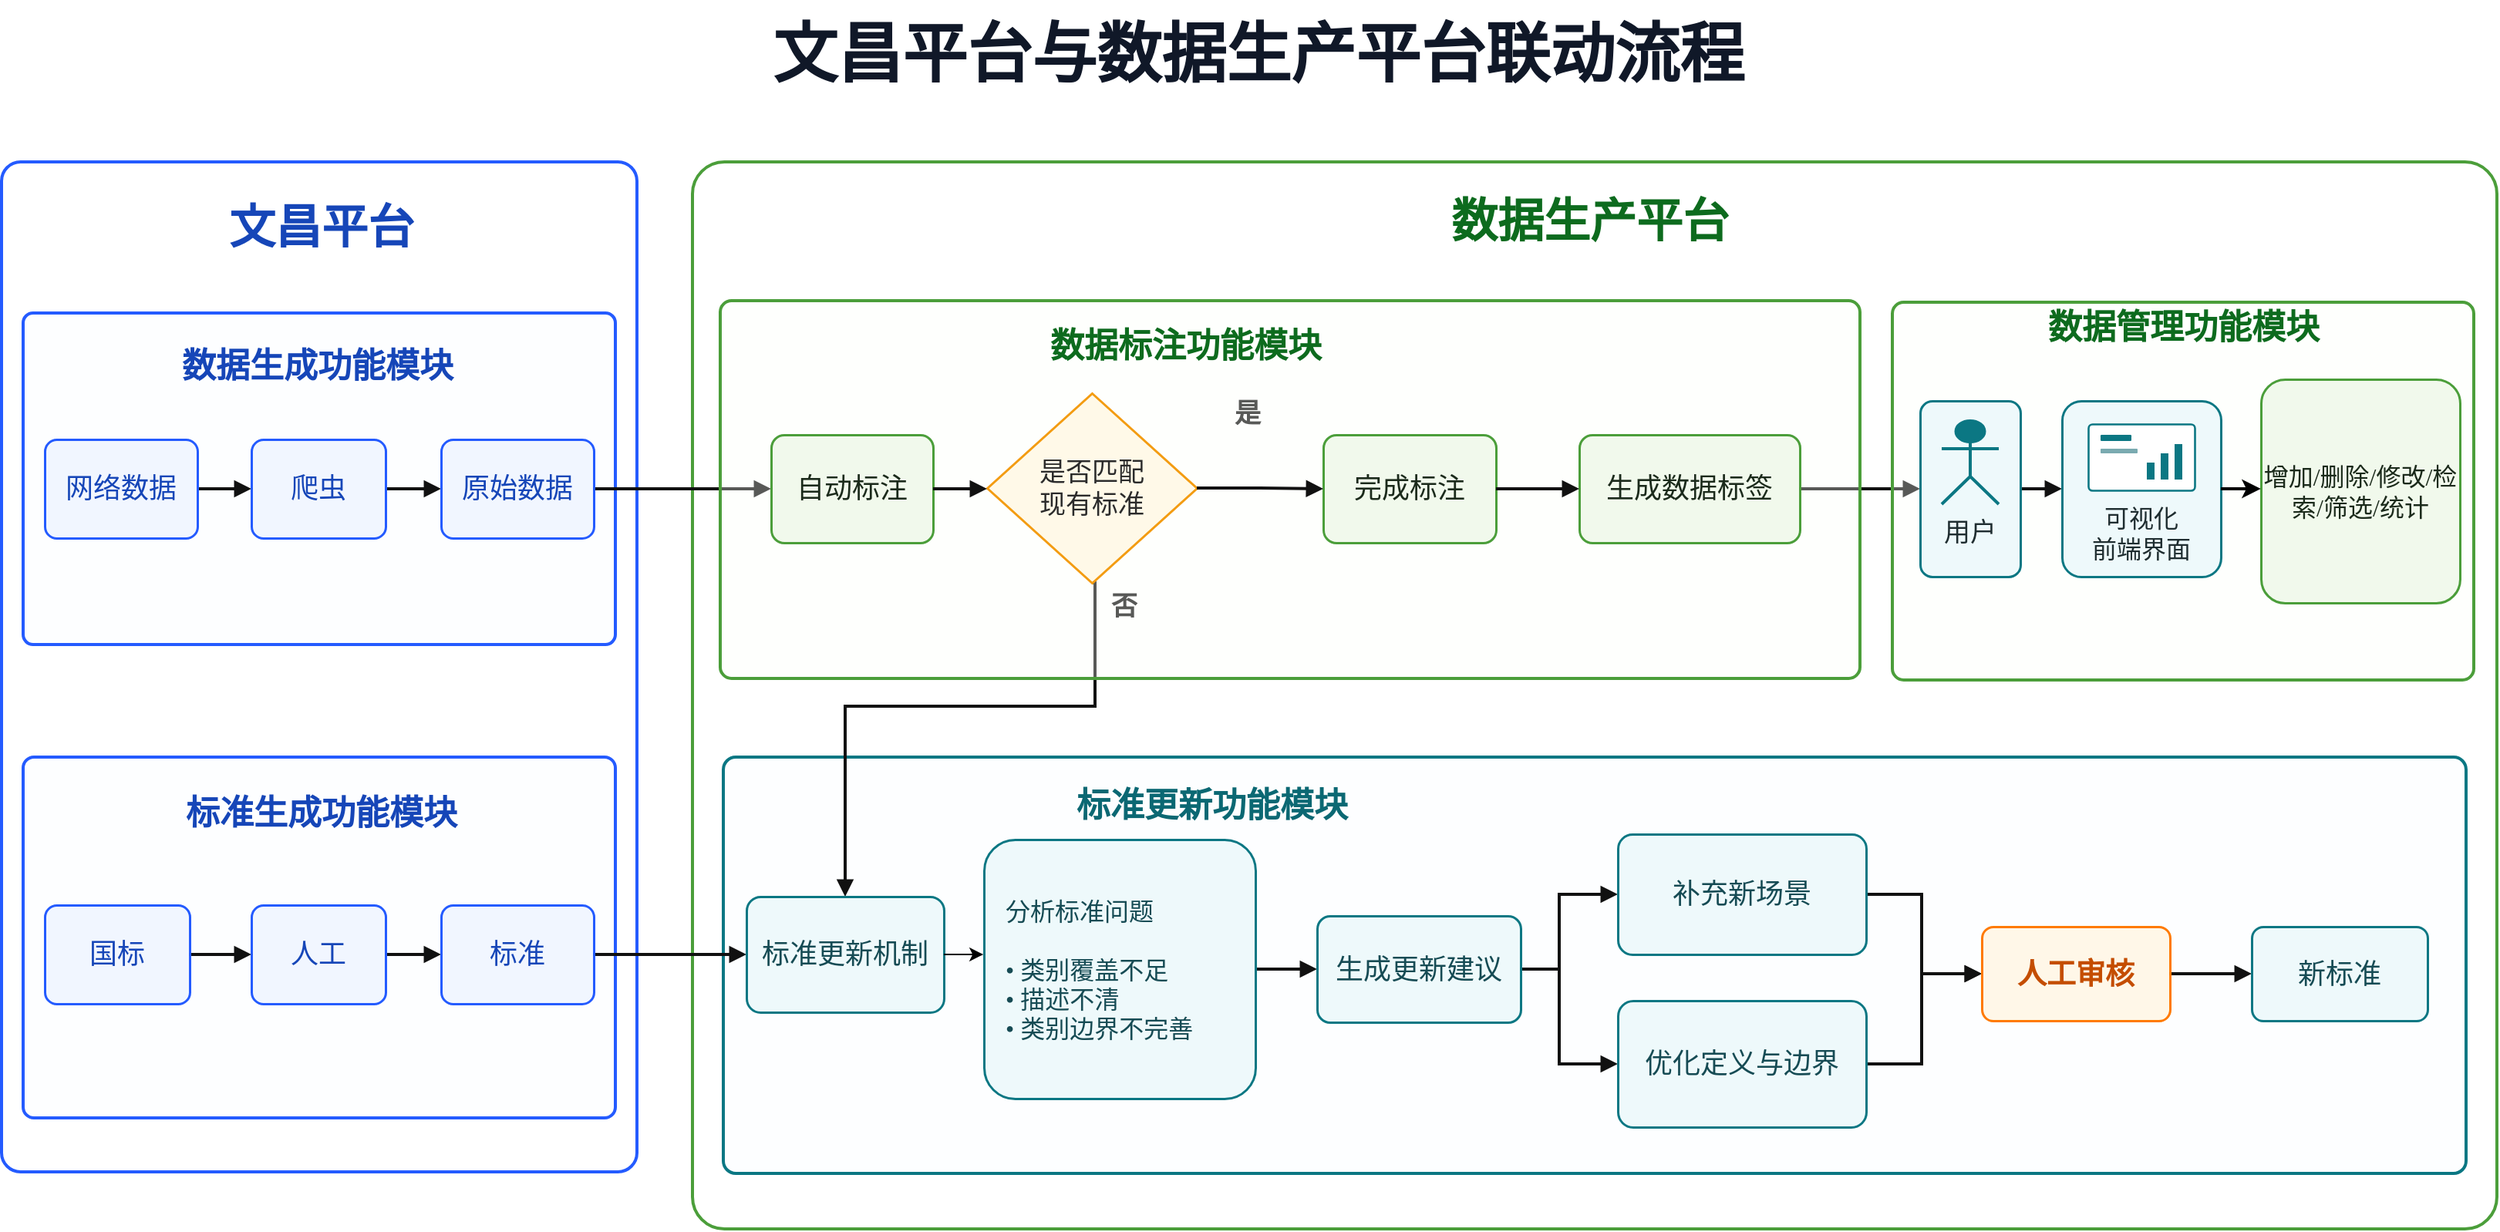
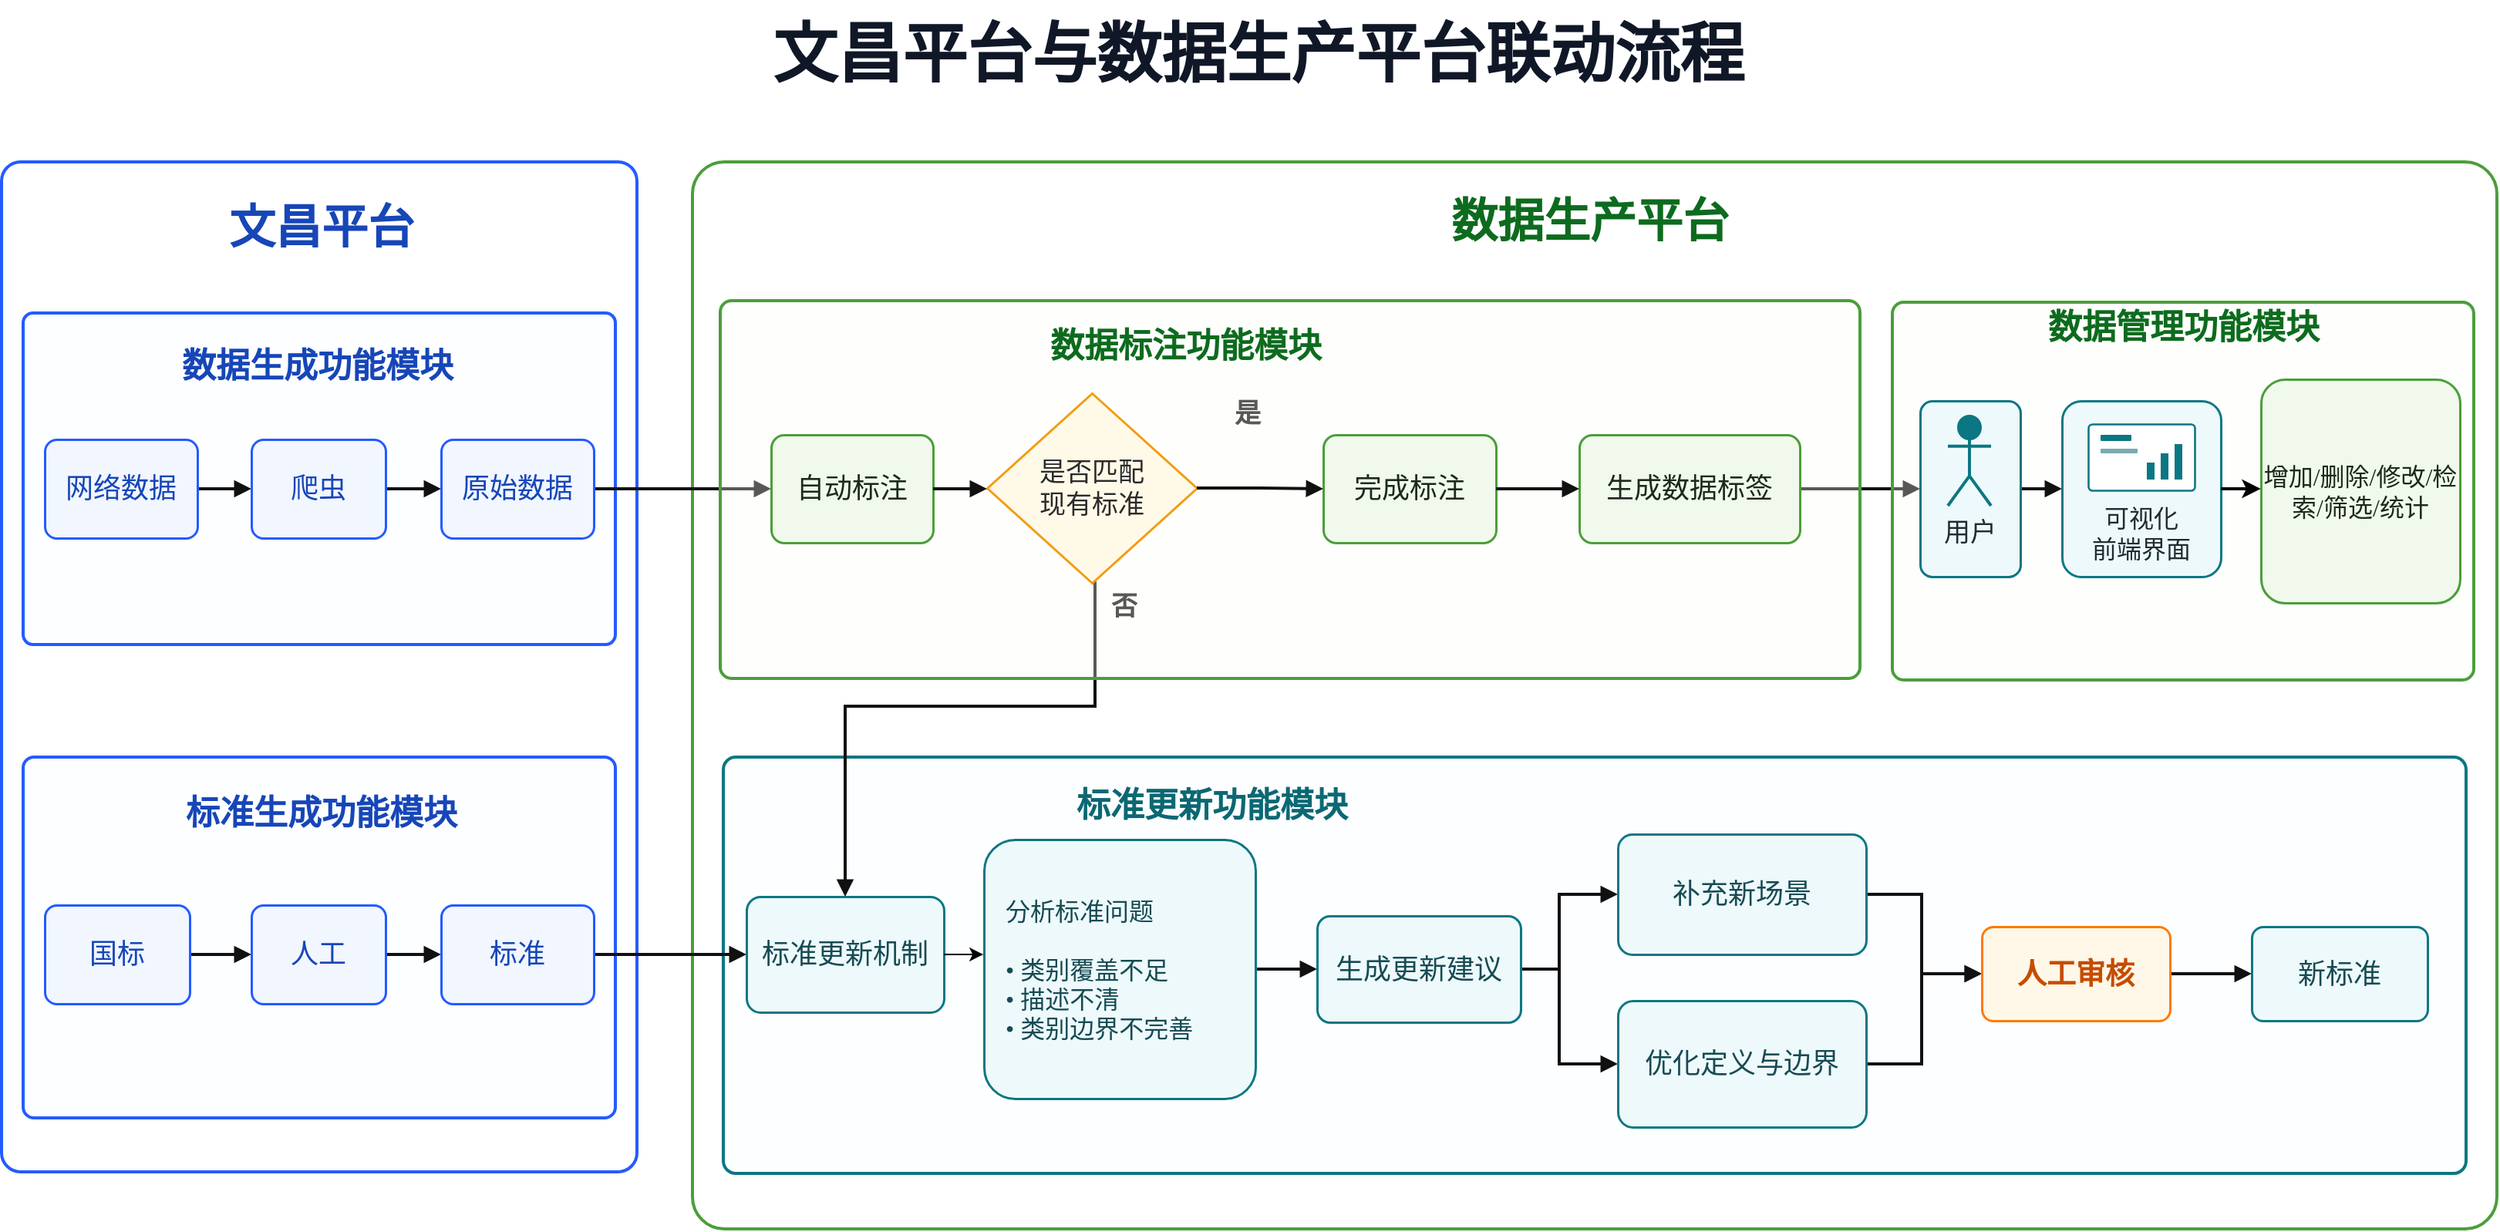
<mxfile host="app.diagrams.net">
  <diagram name="第 1 页" id="4yErZtKO05P3tX7bJs6z">
-     <mxGraphModel dx="1076" dy="643" grid="1" gridSize="1" guides="1" tooltips="1" connect="1" arrows="1" fold="1" page="1" pageScale="1" pageWidth="1656" pageHeight="928" background="#FFFFFF" math="0" shadow="0">
+     <mxGraphModel dx="524" dy="313" grid="1" gridSize="1" guides="1" tooltips="1" connect="1" arrows="1" fold="1" page="1" pageScale="1" pageWidth="1656" pageHeight="928" background="#FFFFFF" math="0" shadow="0">
      <root>
        <mxCell id="0" />
        <mxCell id="1" parent="0" />
        <mxCell id="title" parent="1" style="text;html=1;align=center;verticalAlign=middle;whiteSpace=wrap;rounded=0;strokeColor=none;fillColor=none;fontFamily=Microsoft YaHei;fontSize=42;fontStyle=1;fontColor=#101828;" value="文昌平台与数据生产平台联动流程" vertex="1">
          <mxGeometry height="72" width="960" x="350" y="12" as="geometry" />
        </mxCell>
        <mxCell id="left_outer" parent="1" style="rounded=1;arcSize=3;whiteSpace=wrap;html=1;fillColor=none;strokeWidth=2;strokeColor=#245BFF;fillColor=#FFFFFF;fillOpacity=0;" value="" vertex="1">
          <mxGeometry height="655" width="412" x="15" y="117" as="geometry" />
        </mxCell>
        <mxCell id="left_title" parent="1" style="text;html=1;align=center;verticalAlign=middle;whiteSpace=wrap;rounded=0;strokeColor=none;fillColor=none;fontFamily=Microsoft YaHei;fontSize=30;fontStyle=1;fontColor=#1646B8;" value="文昌平台" vertex="1">
          <mxGeometry height="48" width="235" x="105" y="135" as="geometry" />
        </mxCell>
        <mxCell id="right_outer" parent="1" style="rounded=1;arcSize=3;whiteSpace=wrap;html=1;fillColor=none;strokeWidth=2;strokeColor=#4B9E3A;fillColor=#FFFFFF;fillOpacity=0;" value="" vertex="1">
          <mxGeometry height="692" width="1170" x="463" y="117" as="geometry" />
        </mxCell>
        <mxCell id="right_title" parent="1" style="text;html=1;align=center;verticalAlign=middle;whiteSpace=wrap;rounded=0;strokeColor=none;fillColor=none;fontFamily=Microsoft YaHei;fontSize=30;fontStyle=1;fontColor=#0D6B1E;" value="数据生产平台" vertex="1">
          <mxGeometry height="50" width="540" x="775" y="130" as="geometry" />
        </mxCell>
        <mxCell id="data_gen_box" parent="1" style="rounded=1;arcSize=3;whiteSpace=wrap;html=1;fillColor=none;strokeWidth=2;strokeColor=#245BFF;fillColor=#F7FAFF;fillOpacity=30;" value="" vertex="1">
          <mxGeometry height="215" width="384" x="29" y="215" as="geometry" />
        </mxCell>
        <mxCell id="data_gen_title" parent="1" style="text;html=1;align=center;verticalAlign=middle;whiteSpace=wrap;rounded=0;strokeColor=none;fillColor=none;fontFamily=Microsoft YaHei;fontSize=22;fontStyle=1;fontColor=#1646B8;" value="数据生成功能模块" vertex="1">
          <mxGeometry height="43" width="260" x="90" y="228" as="geometry" />
        </mxCell>
        <mxCell id="std_gen_box" parent="1" style="rounded=1;arcSize=3;whiteSpace=wrap;html=1;fillColor=none;strokeWidth=2;strokeColor=#245BFF;fillColor=#F7FAFF;fillOpacity=30;" value="" vertex="1">
          <mxGeometry height="234" width="384" x="29" y="503" as="geometry" />
        </mxCell>
        <mxCell id="std_gen_title" parent="1" style="text;html=1;align=center;verticalAlign=middle;whiteSpace=wrap;rounded=0;strokeColor=none;fillColor=none;fontFamily=Microsoft YaHei;fontSize=22;fontStyle=1;fontColor=#1646B8;" value="标准生成功能模块" vertex="1">
          <mxGeometry height="43" width="285" x="80" y="518" as="geometry" />
        </mxCell>
        <mxCell id="update_box" parent="1" style="rounded=1;arcSize=3;whiteSpace=wrap;html=1;fillColor=none;strokeWidth=2;strokeColor=#0B7783;fillColor=#F7FCFD;fillOpacity=30;" value="" vertex="1">
          <mxGeometry height="270" width="1130" x="483" y="503" as="geometry" />
        </mxCell>
        <mxCell id="update_title" parent="1" style="text;html=1;align=center;verticalAlign=middle;whiteSpace=wrap;rounded=0;strokeColor=none;fillColor=none;fontFamily=Microsoft YaHei;fontSize=22;fontStyle=1;fontColor=#0B6873;" value="标准更新功能模块" vertex="1">
          <mxGeometry height="42" width="380" x="610" y="514" as="geometry" />
        </mxCell>
        <mxCell id="e_network_crawler" edge="1" parent="1" source="network_data" style="edgeStyle=orthogonalEdgeStyle;rounded=0;orthogonalLoop=1;jettySize=auto;html=1;endArrow=block;endFill=1;strokeColor=#111111;strokeWidth=2;exitX=1;exitY=0.5;entryX=0;entryY=0.5;" target="crawler" value="">
          <mxGeometry relative="1" as="geometry" />
        </mxCell>
        <mxCell id="e_crawler_raw" edge="1" parent="1" source="crawler" style="edgeStyle=orthogonalEdgeStyle;rounded=0;orthogonalLoop=1;jettySize=auto;html=1;endArrow=block;endFill=1;strokeColor=#111111;strokeWidth=2;exitX=1;exitY=0.5;entryX=0;entryY=0.5;" target="raw_data" value="">
          <mxGeometry relative="1" as="geometry" />
        </mxCell>
        <mxCell id="e_national_manual" edge="1" parent="1" source="national_std" style="edgeStyle=orthogonalEdgeStyle;rounded=0;orthogonalLoop=1;jettySize=auto;html=1;endArrow=block;endFill=1;strokeColor=#111111;strokeWidth=2;exitX=1;exitY=0.5;entryX=0;entryY=0.5;" target="manual" value="">
          <mxGeometry relative="1" as="geometry" />
        </mxCell>
        <mxCell id="e_manual_rawstd" edge="1" parent="1" source="manual" style="edgeStyle=orthogonalEdgeStyle;rounded=0;orthogonalLoop=1;jettySize=auto;html=1;endArrow=block;endFill=1;strokeColor=#111111;strokeWidth=2;exitX=1;exitY=0.5;entryX=0;entryY=0.5;" target="raw_std" value="">
          <mxGeometry relative="1" as="geometry" />
        </mxCell>
        <mxCell id="e_raw_auto" edge="1" parent="1" source="raw_data" style="edgeStyle=orthogonalEdgeStyle;rounded=0;orthogonalLoop=1;jettySize=auto;html=1;endArrow=block;endFill=1;strokeColor=#111111;strokeWidth=2;exitX=1;exitY=0.5;entryX=0;entryY=0.5;" target="auto_label" value="">
          <mxGeometry relative="1" as="geometry" />
        </mxCell>
        <mxCell id="e_rawstd_mech" edge="1" parent="1" source="raw_std" style="edgeStyle=orthogonalEdgeStyle;rounded=0;orthogonalLoop=1;jettySize=auto;html=1;endArrow=block;endFill=1;strokeColor=#111111;strokeWidth=2;exitX=1;exitY=0.5;entryX=0;entryY=0.5;" target="update_mechanism" value="">
          <mxGeometry relative="1" as="geometry" />
        </mxCell>
        <mxCell id="e_generate_user" edge="1" parent="1" source="generate_tag" style="edgeStyle=orthogonalEdgeStyle;rounded=0;orthogonalLoop=1;jettySize=auto;html=1;endArrow=block;endFill=1;strokeColor=#111111;strokeWidth=2;exitX=1;exitY=0.5;entryX=0;entryY=0.5;" target="user_box" value="">
          <mxGeometry relative="1" as="geometry" />
        </mxCell>
        <mxCell id="e_decision_update" edge="1" parent="1" source="decision" style="edgeStyle=orthogonalEdgeStyle;rounded=0;orthogonalLoop=1;jettySize=auto;html=1;endArrow=block;endFill=1;strokeColor=#111111;strokeWidth=2;exitX=0.5;exitY=1;entryX=0.5;entryY=0;" target="update_mechanism" value="">
          <mxGeometry relative="1" as="geometry">
            <Array as="points">
              <mxPoint x="724" y="470" />
              <mxPoint x="562" y="470" />
            </Array>
          </mxGeometry>
        </mxCell>
        <mxCell id="e_analysis_suggest" edge="1" parent="1" source="analysis_problem" style="edgeStyle=orthogonalEdgeStyle;rounded=0;orthogonalLoop=1;jettySize=auto;html=1;endArrow=block;endFill=1;strokeColor=#111111;strokeWidth=2;exitX=1;exitY=0.5;entryX=0;entryY=0.5;" target="update_suggestion" value="">
          <mxGeometry relative="1" as="geometry" />
        </mxCell>
        <mxCell id="e_suggest_expand" edge="1" parent="1" source="update_suggestion" style="edgeStyle=orthogonalEdgeStyle;rounded=0;orthogonalLoop=1;jettySize=auto;html=1;endArrow=block;endFill=1;strokeColor=#111111;strokeWidth=2;exitX=1;exitY=0.5;entryX=0;entryY=0.5;" target="expand_category" value="">
          <mxGeometry relative="1" as="geometry">
            <Array as="points">
              <mxPoint x="1025" y="640" />
              <mxPoint x="1025" y="592" />
            </Array>
          </mxGeometry>
        </mxCell>
        <mxCell id="e_suggest_modify" edge="1" parent="1" source="update_suggestion" style="edgeStyle=orthogonalEdgeStyle;rounded=0;orthogonalLoop=1;jettySize=auto;html=1;endArrow=block;endFill=1;strokeColor=#111111;strokeWidth=2;exitX=1;exitY=0.5;entryX=0;entryY=0.5;" target="modify_desc" value="">
          <mxGeometry relative="1" as="geometry">
            <Array as="points">
              <mxPoint x="1025" y="640" />
              <mxPoint x="1025" y="702" />
            </Array>
          </mxGeometry>
        </mxCell>
        <mxCell id="e_expand_review" edge="1" parent="1" source="expand_category" style="edgeStyle=orthogonalEdgeStyle;rounded=0;orthogonalLoop=1;jettySize=auto;html=1;endArrow=block;endFill=1;strokeColor=#111111;strokeWidth=2;exitX=1;exitY=0.5;entryX=0;entryY=0.5;" target="manual_review" value="">
          <mxGeometry relative="1" as="geometry">
            <Array as="points">
              <mxPoint x="1260" y="592" />
              <mxPoint x="1260" y="644" />
            </Array>
          </mxGeometry>
        </mxCell>
        <mxCell id="e_modify_review" edge="1" parent="1" source="modify_desc" style="edgeStyle=orthogonalEdgeStyle;rounded=0;orthogonalLoop=1;jettySize=auto;html=1;endArrow=block;endFill=1;strokeColor=#111111;strokeWidth=2;exitX=1;exitY=0.5;entryX=0;entryY=0.5;" target="manual_review" value="">
          <mxGeometry relative="1" as="geometry">
            <Array as="points">
              <mxPoint x="1260" y="702" />
              <mxPoint x="1260" y="644" />
            </Array>
          </mxGeometry>
        </mxCell>
        <mxCell id="e_review_approved" edge="1" parent="1" source="manual_review" style="edgeStyle=orthogonalEdgeStyle;rounded=0;orthogonalLoop=1;jettySize=auto;html=1;endArrow=block;endFill=1;strokeColor=#111111;strokeWidth=2;exitX=1;exitY=0.5;entryX=0;entryY=0.5;" target="approved" value="">
          <mxGeometry relative="1" as="geometry" />
        </mxCell>
        <mxCell id="network_data" parent="1" style="rounded=1;arcSize=12;whiteSpace=wrap;html=1;align=center;verticalAlign=middle;strokeWidth=1.5;shadow=0;fontFamily=Microsoft YaHei;fontSize=18;fontColor=#1646B8;strokeColor=#245BFF;fillColor=#F1F6FF;" value="网络数据" vertex="1">
          <mxGeometry height="64" width="99" x="43" y="297" as="geometry" />
        </mxCell>
        <mxCell id="crawler" parent="1" style="rounded=1;arcSize=12;whiteSpace=wrap;html=1;align=center;verticalAlign=middle;strokeWidth=1.5;shadow=0;fontFamily=Microsoft YaHei;fontSize=18;fontColor=#1646B8;strokeColor=#245BFF;fillColor=#F1F6FF;" value="爬虫" vertex="1">
          <mxGeometry height="64" width="87" x="177" y="297" as="geometry" />
        </mxCell>
        <mxCell id="raw_data" parent="1" style="rounded=1;arcSize=12;whiteSpace=wrap;html=1;align=center;verticalAlign=middle;strokeWidth=1.5;shadow=0;fontFamily=Microsoft YaHei;fontSize=18;fontColor=#1646B8;strokeColor=#245BFF;fillColor=#F1F6FF;" value="原始数据" vertex="1">
          <mxGeometry height="64" width="99" x="300" y="297" as="geometry" />
        </mxCell>
        <mxCell id="national_std" parent="1" style="rounded=1;arcSize=12;whiteSpace=wrap;html=1;align=center;verticalAlign=middle;strokeWidth=1.5;shadow=0;fontFamily=Microsoft YaHei;fontSize=18;fontColor=#1646B8;strokeColor=#245BFF;fillColor=#F1F6FF;" value="国标" vertex="1">
          <mxGeometry height="64" width="94" x="43" y="599" as="geometry" />
        </mxCell>
        <mxCell id="manual" parent="1" style="rounded=1;arcSize=12;whiteSpace=wrap;html=1;align=center;verticalAlign=middle;strokeWidth=1.5;shadow=0;fontFamily=Microsoft YaHei;fontSize=18;fontColor=#1646B8;strokeColor=#245BFF;fillColor=#F1F6FF;" value="人工" vertex="1">
          <mxGeometry height="64" width="87" x="177" y="599" as="geometry" />
        </mxCell>
        <mxCell id="raw_std" parent="1" style="rounded=1;arcSize=12;whiteSpace=wrap;html=1;align=center;verticalAlign=middle;strokeWidth=1.5;shadow=0;fontFamily=Microsoft YaHei;fontSize=18;fontColor=#1646B8;strokeColor=#245BFF;fillColor=#F1F6FF;" value="标准" vertex="1">
          <mxGeometry height="64" width="99" x="300" y="599" as="geometry" />
        </mxCell>
        <mxCell id="update_mechanism" parent="1" style="rounded=1;arcSize=12;whiteSpace=wrap;html=1;align=center;verticalAlign=middle;strokeWidth=1.5;shadow=0;fontFamily=Microsoft YaHei;fontSize=18;fontColor=#164B54;strokeColor=#0B7783;fillColor=#EEF9FB;" value="标准更新机制" vertex="1">
          <mxGeometry height="75" width="128" x="498" y="593.5" as="geometry" />
        </mxCell>
        <mxCell id="analysis_problem" parent="1" style="rounded=1;arcSize=12;whiteSpace=wrap;html=1;align=center;verticalAlign=middle;strokeWidth=1.5;shadow=0;fontFamily=Microsoft YaHei;fontSize=16;fontColor=#164B54;strokeColor=#0B7783;fillColor=#EEF9FB;align=left;spacingLeft=12;" value="分析标准问题&lt;div&gt;&lt;br&gt;&lt;div&gt;• 类别覆盖不足&lt;/div&gt;&lt;div&gt;• 描述不清&lt;/div&gt;&lt;div&gt;• 类别边界不完善&lt;/div&gt;&lt;/div&gt;" vertex="1">
          <mxGeometry height="168" width="176" x="652" y="556.5" as="geometry" />
        </mxCell>
        <mxCell id="update_suggestion" parent="1" style="rounded=1;arcSize=12;whiteSpace=wrap;html=1;align=center;verticalAlign=middle;strokeWidth=1.5;shadow=0;fontFamily=Microsoft YaHei;fontSize=18;fontColor=#164B54;strokeColor=#0B7783;fillColor=#EEF9FB;" value="生成更新建议" vertex="1">
          <mxGeometry height="69" width="132" x="868" y="606" as="geometry" />
        </mxCell>
        <mxCell id="expand_category" parent="1" style="rounded=1;arcSize=12;whiteSpace=wrap;html=1;align=center;verticalAlign=middle;strokeWidth=1.5;shadow=0;fontFamily=Microsoft YaHei;fontSize=18;fontColor=#164B54;strokeColor=#0B7783;fillColor=#EEF9FB;" value="补充新场景" vertex="1">
          <mxGeometry height="78" width="161" x="1063" y="553" as="geometry" />
        </mxCell>
        <mxCell id="modify_desc" parent="1" style="rounded=1;arcSize=12;whiteSpace=wrap;html=1;align=center;verticalAlign=middle;strokeWidth=1.5;shadow=0;fontFamily=Microsoft YaHei;fontSize=18;fontColor=#164B54;strokeColor=#0B7783;fillColor=#EEF9FB;" value="优化定义与边界" vertex="1">
          <mxGeometry height="82" width="161" x="1063" y="661" as="geometry" />
        </mxCell>
        <mxCell id="manual_review" parent="1" style="rounded=1;arcSize=12;whiteSpace=wrap;html=1;align=center;verticalAlign=middle;strokeWidth=1.5;shadow=0;fontFamily=Microsoft YaHei;fontSize=19;fontStyle=1;fontColor=#C44D00;strokeColor=#FF7A00;fillColor=#FFF7E8;" value="人工审核" vertex="1">
          <mxGeometry height="61" width="122" x="1299" y="613" as="geometry" />
        </mxCell>
        <mxCell id="approved" parent="1" style="rounded=1;arcSize=12;whiteSpace=wrap;html=1;align=center;verticalAlign=middle;strokeWidth=1.5;shadow=0;fontFamily=Microsoft YaHei;fontSize=18;fontColor=#164B54;strokeColor=#0B7783;fillColor=#EEF9FB;" value="新标准" vertex="1">
          <mxGeometry height="61" width="114" x="1474" y="613" as="geometry" />
        </mxCell>
        <mxCell id="yes_label" parent="1" style="text;html=1;align=center;verticalAlign=middle;whiteSpace=wrap;rounded=0;strokeColor=none;fillColor=none;fontFamily=Microsoft YaHei;fontSize=17;fontStyle=1;fontColor=#111111;" value="是" vertex="1">
          <mxGeometry height="28" width="38" x="804" y="267" as="geometry" />
        </mxCell>
        <mxCell id="no_label" parent="1" style="text;html=1;align=center;verticalAlign=middle;whiteSpace=wrap;rounded=0;strokeColor=none;fillColor=none;fontFamily=Microsoft YaHei;fontSize=17;fontStyle=1;fontColor=#111111;" value="否" vertex="1">
          <mxGeometry height="28" width="40" x="723" y="392" as="geometry" />
        </mxCell>
        <mxCell id="_MsRrkVGIvv5ZV_jFw_0-2" edge="1" parent="1" source="update_mechanism" style="edgeStyle=orthogonalEdgeStyle;rounded=0;orthogonalLoop=1;jettySize=auto;html=1;exitX=1;exitY=0.5;exitDx=0;exitDy=0;entryX=-0.002;entryY=0.445;entryDx=0;entryDy=0;entryPerimeter=0;" target="analysis_problem">
          <mxGeometry relative="1" as="geometry" />
        </mxCell>
        <mxCell id="_MsRrkVGIvv5ZV_jFw_0-3" connectable="0" parent="1" style="group" value="" vertex="1">
          <mxGeometry height="245" width="739" x="481" y="207" as="geometry" />
        </mxCell>
        <mxCell id="label_box" parent="_MsRrkVGIvv5ZV_jFw_0-3" style="rounded=1;arcSize=3;whiteSpace=wrap;html=1;fillColor=none;strokeWidth=2;strokeColor=#4B9E3A;fillColor=#FBFFF9;fillOpacity=30;" value="" vertex="1">
          <mxGeometry height="245" width="739" as="geometry" />
        </mxCell>
        <mxCell id="label_title" parent="_MsRrkVGIvv5ZV_jFw_0-3" style="text;html=1;align=center;verticalAlign=middle;whiteSpace=wrap;rounded=0;strokeColor=none;fillColor=none;fontFamily=Microsoft YaHei;fontSize=22;fontStyle=1;fontColor=#0D6B1E;" value="数据标注功能模块" vertex="1">
          <mxGeometry height="40" width="340" x="132" y="10" as="geometry" />
        </mxCell>
        <mxCell id="auto_label" parent="_MsRrkVGIvv5ZV_jFw_0-3" style="rounded=1;arcSize=12;whiteSpace=wrap;html=1;align=center;verticalAlign=middle;strokeWidth=1.5;shadow=0;fontFamily=Microsoft YaHei;fontSize=18;fontColor=#1B2A1B;strokeColor=#4B9E3A;fillColor=#F1F9EC;" value="自动标注" vertex="1">
          <mxGeometry height="70" width="105" x="33" y="87" as="geometry" />
        </mxCell>
        <mxCell id="decision" parent="_MsRrkVGIvv5ZV_jFw_0-3" style="rhombus;whiteSpace=wrap;html=1;align=center;verticalAlign=middle;strokeWidth=1.5;fontFamily=Microsoft YaHei;fontSize=17;fontColor=#2B2B2B;strokeColor=#F39C12;fillColor=#FFF9E8;" value="是否匹配&lt;div&gt;现有标准&lt;/div&gt;" vertex="1">
          <mxGeometry height="123" width="136" x="173" y="60" as="geometry" />
        </mxCell>
        <mxCell id="complete_label" parent="_MsRrkVGIvv5ZV_jFw_0-3" style="rounded=1;arcSize=12;whiteSpace=wrap;html=1;align=center;verticalAlign=middle;strokeWidth=1.5;shadow=0;fontFamily=Microsoft YaHei;fontSize=18;fontColor=#1B2A1B;strokeColor=#4B9E3A;fillColor=#F1F9EC;" value="完成标注" vertex="1">
          <mxGeometry height="70" width="112" x="391" y="87" as="geometry" />
        </mxCell>
        <mxCell id="generate_tag" parent="_MsRrkVGIvv5ZV_jFw_0-3" style="rounded=1;arcSize=12;whiteSpace=wrap;html=1;align=center;verticalAlign=middle;strokeWidth=1.5;shadow=0;fontFamily=Microsoft YaHei;fontSize=18;fontColor=#1B2A1B;strokeColor=#4B9E3A;fillColor=#F1F9EC;" value="生成数据标签" vertex="1">
          <mxGeometry height="70" width="143" x="557" y="87" as="geometry" />
        </mxCell>
        <mxCell id="e_auto_decision" edge="1" parent="_MsRrkVGIvv5ZV_jFw_0-3" source="auto_label" style="edgeStyle=orthogonalEdgeStyle;rounded=0;orthogonalLoop=1;jettySize=auto;html=1;endArrow=block;endFill=1;strokeColor=#111111;strokeWidth=2;exitX=1;exitY=0.5;entryX=0;entryY=0.5;" target="decision" value="">
          <mxGeometry relative="1" as="geometry" />
        </mxCell>
        <mxCell id="e_decision_complete" edge="1" parent="_MsRrkVGIvv5ZV_jFw_0-3" source="decision" style="edgeStyle=orthogonalEdgeStyle;rounded=0;orthogonalLoop=1;jettySize=auto;html=1;endArrow=block;endFill=1;strokeColor=#111111;strokeWidth=2;exitX=1;exitY=0.5;entryX=0;entryY=0.5;" target="complete_label" value="">
          <mxGeometry relative="1" as="geometry" />
        </mxCell>
        <mxCell id="e_complete_generate" edge="1" parent="_MsRrkVGIvv5ZV_jFw_0-3" source="complete_label" style="edgeStyle=orthogonalEdgeStyle;rounded=0;orthogonalLoop=1;jettySize=auto;html=1;endArrow=block;endFill=1;strokeColor=#111111;strokeWidth=2;exitX=1;exitY=0.5;entryX=0;entryY=0.5;" target="generate_tag" value="">
          <mxGeometry relative="1" as="geometry" />
        </mxCell>
        <mxCell id="_MsRrkVGIvv5ZV_jFw_0-5" connectable="0" parent="1" style="group" value="" vertex="1">
          <mxGeometry height="245" width="377" x="1241" y="195" as="geometry" />
        </mxCell>
        <mxCell id="management_box" parent="_MsRrkVGIvv5ZV_jFw_0-5" style="rounded=1;arcSize=3;whiteSpace=wrap;html=1;fillColor=none;strokeWidth=2;strokeColor=#4B9E3A;fillColor=#FBFFF9;fillOpacity=30;" value="" vertex="1">
          <mxGeometry height="245" width="377" y="13" as="geometry" />
        </mxCell>
        <mxCell id="management_title" parent="_MsRrkVGIvv5ZV_jFw_0-5" style="text;html=1;align=center;verticalAlign=middle;whiteSpace=wrap;rounded=0;strokeColor=none;fillColor=none;fontFamily=Microsoft YaHei;fontSize=22;fontStyle=1;fontColor=#0D6B1E;" value="数据管理功能模块" vertex="1">
          <mxGeometry height="40" width="300" x="39" y="10" as="geometry" />
        </mxCell>
        <mxCell id="e_user_visual" edge="1" parent="_MsRrkVGIvv5ZV_jFw_0-5" source="user_box" style="edgeStyle=orthogonalEdgeStyle;rounded=0;orthogonalLoop=1;jettySize=auto;html=1;endArrow=block;endFill=1;strokeColor=#111111;strokeWidth=2;exitX=1;exitY=0.5;entryX=0;entryY=0.5;" target="visual_box" value="">
          <mxGeometry relative="1" as="geometry" />
        </mxCell>
        <mxCell id="user_box" parent="_MsRrkVGIvv5ZV_jFw_0-5" style="rounded=1;arcSize=12;whiteSpace=wrap;html=1;align=center;verticalAlign=middle;strokeWidth=1.5;shadow=0;strokeColor=#0B7783;fillColor=#EEF9FB;" value="" vertex="1">
          <mxGeometry height="114" width="65" x="18" y="77" as="geometry" />
        </mxCell>
        <mxCell id="user_icon" parent="_MsRrkVGIvv5ZV_jFw_0-5" style="shape=umlActor;html=1;strokeWidth=2;strokeColor=#0B7783;fillColor=#0B7783;" value="" vertex="1">
-           <mxGeometry height="54" width="37" x="32" y="90" as="geometry" />
+           <mxGeometry height="58" width="28" x="36" y="87" as="geometry" />
        </mxCell>
        <mxCell id="user_text" parent="_MsRrkVGIvv5ZV_jFw_0-5" style="text;html=1;align=center;verticalAlign=middle;whiteSpace=wrap;rounded=0;strokeColor=none;fillColor=none;fontFamily=Microsoft YaHei;fontSize=17;fontColor=#1F2D30;" value="用户" vertex="1">
          <mxGeometry height="32" width="65" x="18" y="147" as="geometry" />
        </mxCell>
        <mxCell id="visual_box" parent="_MsRrkVGIvv5ZV_jFw_0-5" style="rounded=1;arcSize=12;whiteSpace=wrap;html=1;align=center;verticalAlign=middle;strokeWidth=1.5;shadow=0;strokeColor=#0B7783;fillColor=#EEF9FB;" value="" vertex="1">
          <mxGeometry height="114" width="103" x="110" y="77" as="geometry" />
        </mxCell>
        <mxCell id="screen" parent="_MsRrkVGIvv5ZV_jFw_0-5" style="rounded=1;arcSize=6;whiteSpace=wrap;html=1;strokeColor=#0B7783;strokeWidth=1.3;fillColor=#FFFFFF;" value="" vertex="1">
          <mxGeometry height="43" width="69" x="127" y="92" as="geometry" />
        </mxCell>
        <mxCell id="screen_line1" parent="_MsRrkVGIvv5ZV_jFw_0-5" style="rounded=1;strokeColor=none;fillColor=#0B7783;" value="" vertex="1">
          <mxGeometry height="4" width="20" x="135" y="99" as="geometry" />
        </mxCell>
        <mxCell id="screen_line2" parent="_MsRrkVGIvv5ZV_jFw_0-5" style="rounded=1;strokeColor=none;fillColor=#7AAAB0;" value="" vertex="1">
          <mxGeometry height="3" width="24" x="135" y="108" as="geometry" />
        </mxCell>
        <mxCell id="bar1" parent="_MsRrkVGIvv5ZV_jFw_0-5" style="rounded=0;strokeColor=none;fillColor=#0B7783;" value="" vertex="1">
          <mxGeometry height="11" width="5" x="165" y="117" as="geometry" />
        </mxCell>
        <mxCell id="bar2" parent="_MsRrkVGIvv5ZV_jFw_0-5" style="rounded=0;strokeColor=none;fillColor=#0B7783;" value="" vertex="1">
          <mxGeometry height="17" width="5" x="174" y="111" as="geometry" />
        </mxCell>
        <mxCell id="bar3" parent="_MsRrkVGIvv5ZV_jFw_0-5" style="rounded=0;strokeColor=none;fillColor=#0B7783;" value="" vertex="1">
          <mxGeometry height="23" width="5" x="183" y="105" as="geometry" />
        </mxCell>
        <mxCell id="visual_text" parent="_MsRrkVGIvv5ZV_jFw_0-5" style="text;html=1;align=center;verticalAlign=middle;whiteSpace=wrap;rounded=0;strokeColor=none;fillColor=none;fontFamily=Microsoft YaHei;fontSize=16;fontStyle=1;fontColor=#1F2D30;" value="&lt;span style=&quot;font-weight: normal;&quot;&gt;可视化&lt;/span&gt;&lt;div&gt;&lt;span style=&quot;font-weight: normal;&quot;&gt;前端界面&lt;/span&gt;&lt;/div&gt;" vertex="1">
          <mxGeometry height="43" width="99" x="112" y="141" as="geometry" />
        </mxCell>
        <mxCell id="data_manage" parent="_MsRrkVGIvv5ZV_jFw_0-5" style="rounded=1;arcSize=12;whiteSpace=wrap;html=1;align=center;verticalAlign=middle;strokeWidth=1.5;shadow=0;fontFamily=Microsoft YaHei;fontSize=16;fontColor=#1B2A1B;strokeColor=#4B9E3A;fillColor=#F1F9EC;" value="增加/删除/修改/检索/筛选/统计" vertex="1">
          <mxGeometry height="145" width="129" x="239" y="63" as="geometry" />
        </mxCell>
        <mxCell id="_MsRrkVGIvv5ZV_jFw_0-8" edge="1" parent="_MsRrkVGIvv5ZV_jFw_0-5" source="visual_box" style="edgeStyle=orthogonalEdgeStyle;rounded=0;orthogonalLoop=1;jettySize=auto;html=1;exitX=1;exitY=0.5;exitDx=0;exitDy=0;entryX=-0.001;entryY=0.491;entryDx=0;entryDy=0;entryPerimeter=0;strokeWidth=2;" target="data_manage">
          <mxGeometry relative="1" as="geometry" />
        </mxCell>
      </root>
    </mxGraphModel>
  </diagram>
</mxfile>
